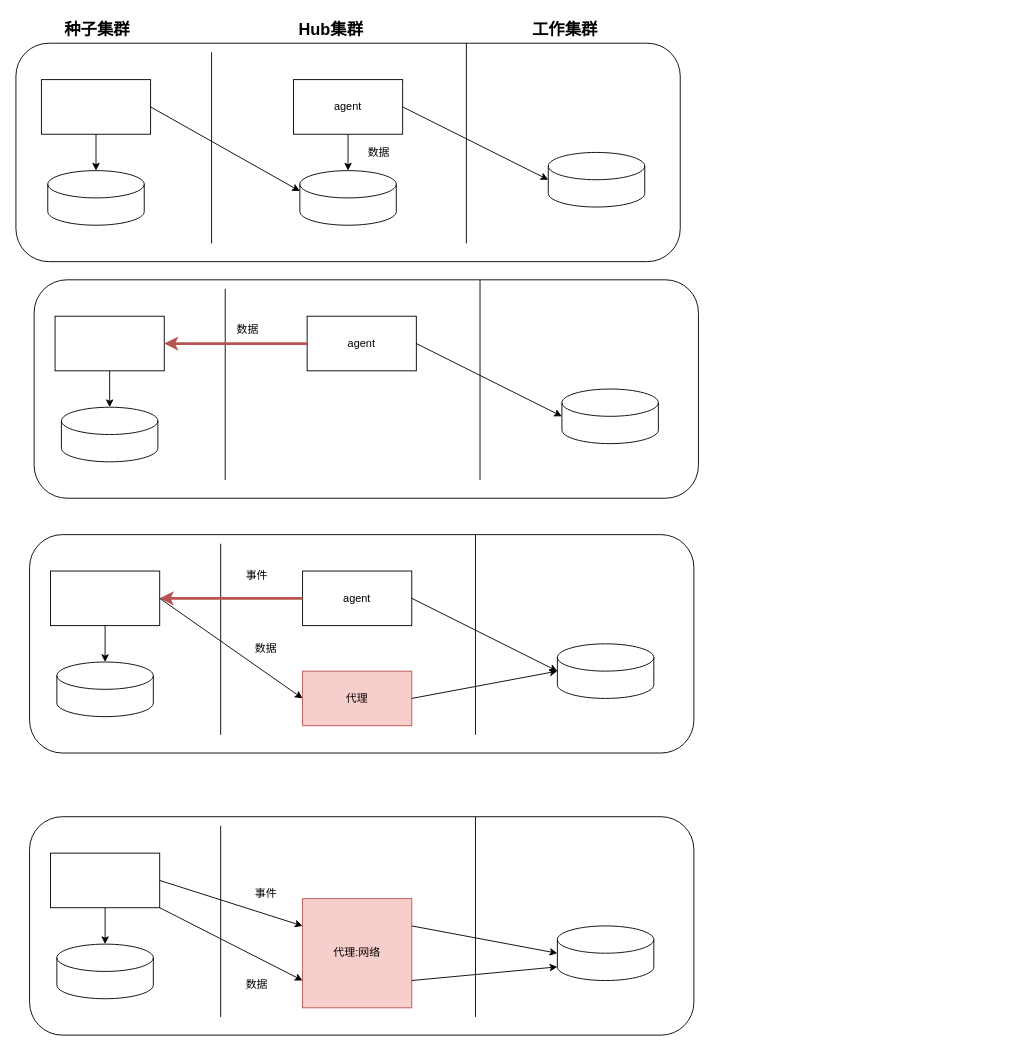
This is drawio/ccseone迭代1.1.0.drawio from Tiny-VS-Lina/ccse, a draw.io file, before an edit. Source tidied: cells renumbered, new cells numbered last; positions are measured from the earlier drawing's top-left corner, leaving out a move shared by most shapes. Both pictures are drawn from the tidied source at 91%, with x=0, y=0 at pixel (15, 15).
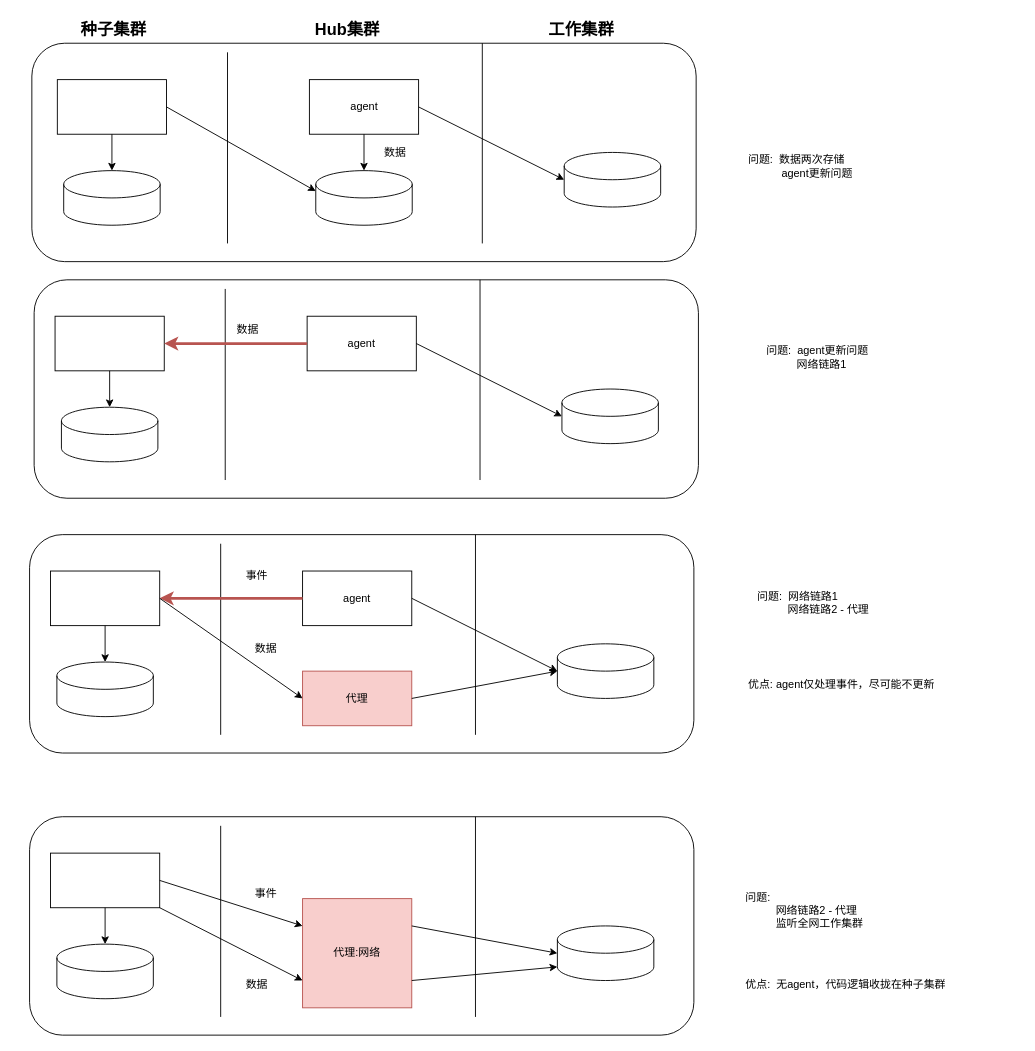
After the change.

Change to the diagram source:
```diff
@@
     <mxCell id="2" style="rounded=1;whiteSpace=wrap;html=1;" parent="1" vertex="1">
-      <mxGeometry y="30" width="730" height="240" as="geometry" />
+      <mxGeometry x="17.5" y="30" width="730" height="240" as="geometry" />
     </mxCell>
@@
     <mxCell id="4" style="rounded=0;whiteSpace=wrap;html=1;" parent="1" vertex="1">
-      <mxGeometry x="28" y="70" width="120" height="60" as="geometry" />
+      <mxGeometry x="45.5" y="70" width="120" height="60" as="geometry" />
     </mxCell>
     <mxCell id="5" style="endArrow=none;html=1;rounded=0;" parent="1" edge="1">
       <mxGeometry relative="1" as="geometry">
-        <mxPoint x="215" y="250" as="sourcePoint" />
-        <mxPoint x="215" y="40" as="targetPoint" />
+        <mxPoint x="232.5" y="250" as="sourcePoint" />
+        <mxPoint x="232.5" y="40" as="targetPoint" />
       </mxGeometry>
     </mxCell>
     <mxCell id="6" style="endArrow=none;html=1;rounded=0;" parent="1" edge="1">
       <mxGeometry relative="1" as="geometry">
-        <mxPoint x="495" y="250" as="sourcePoint" />
-        <mxPoint x="495" y="30" as="targetPoint" />
+        <mxPoint x="512.5" y="250" as="sourcePoint" />
+        <mxPoint x="512.5" y="30" as="targetPoint" />
       </mxGeometry>
     </mxCell>
     <mxCell id="7" value="agent" style="rounded=0;whiteSpace=wrap;html=1;" parent="1" vertex="1">
-      <mxGeometry x="305" y="70" width="120" height="60" as="geometry" />
+      <mxGeometry x="322.5" y="70" width="120" height="60" as="geometry" />
     </mxCell>
@@
     <mxCell id="10" style="shape=cylinder3;whiteSpace=wrap;html=1;boundedLbl=1;backgroundOutline=1;size=15;" parent="1" vertex="1">
-      <mxGeometry x="585" y="150" width="106" height="60" as="geometry" />
+      <mxGeometry x="602.5" y="150" width="106" height="60" as="geometry" />
     </mxCell>
     <mxCell id="11" style="shape=cylinder3;whiteSpace=wrap;html=1;boundedLbl=1;backgroundOutline=1;size=15;" parent="1" vertex="1">
-      <mxGeometry x="312" y="170" width="106" height="60" as="geometry" />
+      <mxGeometry x="329.5" y="170" width="106" height="60" as="geometry" />
     </mxCell>
@@
     <mxCell id="13" style="shape=cylinder3;whiteSpace=wrap;html=1;boundedLbl=1;backgroundOutline=1;size=15;" parent="1" vertex="1">
-      <mxGeometry x="35" y="170" width="106" height="60" as="geometry" />
+      <mxGeometry x="52.5" y="170" width="106" height="60" as="geometry" />
     </mxCell>
@@
     <mxCell id="15" value="工作集群" style="text;html=1;strokeColor=none;fillColor=none;align=center;verticalAlign=middle;whiteSpace=wrap;rounded=0;fontStyle=1;fontSize=18;" parent="1" vertex="1">
-      <mxGeometry x="555" width="97" height="30" as="geometry" />
+      <mxGeometry x="572.5" width="97" height="30" as="geometry" />
     </mxCell>
     <mxCell id="16" value="Hub集群" style="text;html=1;strokeColor=none;fillColor=none;align=center;verticalAlign=middle;whiteSpace=wrap;rounded=0;fontStyle=1;fontSize=18;" parent="1" vertex="1">
-      <mxGeometry x="298" width="97" height="30" as="geometry" />
+      <mxGeometry x="315.5" width="97" height="30" as="geometry" />
     </mxCell>
     <mxCell id="17" value="种子集群" style="text;html=1;strokeColor=none;fillColor=none;align=center;verticalAlign=middle;whiteSpace=wrap;rounded=0;fontStyle=1;fontSize=18;" parent="1" vertex="1">
-      <mxGeometry x="35" width="108.5" height="30" as="geometry" />
+      <mxGeometry x="52.5" width="108.5" height="30" as="geometry" />
     </mxCell>
@@
     <mxCell id="52" value="数据" style="text;html=1;strokeColor=none;fillColor=none;align=center;verticalAlign=middle;whiteSpace=wrap;rounded=0;" parent="1" vertex="1">
-      <mxGeometry x="369" y="135" width="60" height="30" as="geometry" />
+      <mxGeometry x="386.5" y="135" width="60" height="30" as="geometry" />
     </mxCell>
@@
+    <mxCell id="58" value="问题:&amp;nbsp;&lt;br&gt;&amp;nbsp; &amp;nbsp; &amp;nbsp; &amp;nbsp; &amp;nbsp; 网络链路2 -&amp;nbsp;代理&lt;br&gt;&amp;nbsp; &amp;nbsp; &amp;nbsp; &amp;nbsp; &amp;nbsp; 监听全网工作集群" style="text;html=1;strokeColor=none;fillColor=none;align=left;verticalAlign=middle;whiteSpace=wrap;rounded=0;" parent="1" vertex="1">
+      <mxGeometry x="799.5" y="945" width="180" height="75" as="geometry" />
+    </mxCell>
+    <mxCell id="59" value="问题:&amp;nbsp; 数据两次存储&lt;br&gt;&amp;nbsp; &amp;nbsp; &amp;nbsp; &amp;nbsp; &amp;nbsp; &amp;nbsp;agent更新问题" style="text;html=1;strokeColor=none;fillColor=none;align=left;verticalAlign=middle;whiteSpace=wrap;rounded=0;" parent="1" vertex="1">
+      <mxGeometry x="802.5" y="130" width="160" height="70" as="geometry" />
+    </mxCell>
+    <mxCell id="60" value="问题:&amp;nbsp; agent更新问题&lt;br&gt;&amp;nbsp; &amp;nbsp; &amp;nbsp; &amp;nbsp; &amp;nbsp; 网络链路1" style="text;html=1;strokeColor=none;fillColor=none;align=left;verticalAlign=middle;whiteSpace=wrap;rounded=0;" parent="1" vertex="1">
+      <mxGeometry x="822.5" y="360" width="140" height="30" as="geometry" />
+    </mxCell>
+    <mxCell id="61" value="问题:&amp;nbsp;&amp;nbsp;网络链路1&lt;br&gt;&amp;nbsp; &amp;nbsp; &amp;nbsp; &amp;nbsp; &amp;nbsp; 网络链路2 -&amp;nbsp;代理" style="text;html=1;strokeColor=none;fillColor=none;align=left;verticalAlign=middle;whiteSpace=wrap;rounded=0;" parent="1" vertex="1">
+      <mxGeometry x="812.5" y="630" width="140" height="30" as="geometry" />
+    </mxCell>
+    <mxCell id="62" value="优点: agent仅处理事件，尽可能不更新" style="text;html=1;strokeColor=none;fillColor=none;align=left;verticalAlign=middle;whiteSpace=wrap;rounded=0;" parent="1" vertex="1">
+      <mxGeometry x="802.5" y="720" width="300" height="30" as="geometry" />
+    </mxCell>
+    <mxCell id="63" value="优点:&amp;nbsp; 无agent，代码逻辑收拢在种子集群" style="text;html=1;strokeColor=none;fillColor=none;align=left;verticalAlign=middle;whiteSpace=wrap;rounded=0;" parent="1" vertex="1">
+      <mxGeometry x="799.5" y="1050" width="300" height="30" as="geometry" />
+    </mxCell>
```
